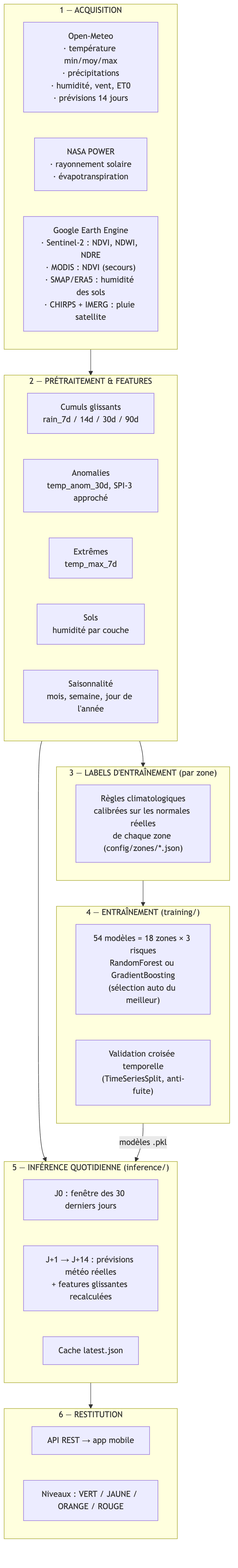
This is docs/images/diagramme_flux_donnees_ml.png from jeremygeorgesdurand-dev/SAMCAM, a Mermaid export, as it was before one commit. Its source is kept beside it as docs/images/diagramme_flux_donnees_ml.mmd. The source it was exported from:
```mermaid
flowchart TB
    subgraph ACQ["1 — ACQUISITION"]
        direction LR
        A1["Open-Meteo<br/>· température min/moy/max<br/>· précipitations<br/>· humidité, vent, ET0<br/>· prévisions 14 jours"]
        A2["NASA POWER<br/>· rayonnement solaire<br/>· évapotranspiration"]
        A3["Google Earth Engine<br/>· Sentinel-2 : NDVI, NDWI, NDRE<br/>· MODIS : NDVI (secours)<br/>· SMAP/ERA5 : humidité des sols<br/>· CHIRPS + IMERG : pluie satellite"]
    end

    subgraph FEAT["2 — PRÉTRAITEMENT & FEATURES"]
        direction LR
        F1["Cumuls glissants<br/>rain_7d / 14d / 30d / 90d"]
        F2["Anomalies<br/>temp_anom_30d, SPI-3 approché"]
        F3["Extrêmes<br/>temp_max_7d"]
        F4["Sols<br/>humidité par couche"]
        F5["Saisonnalité<br/>mois, semaine, jour de l'année"]
    end

    subgraph LABELS["3 — LABELS D'ENTRAÎNEMENT (par zone)"]
        L1["Règles climatologiques<br/>calibrées sur les normales réelles<br/>de chaque zone (config/zones/*.json)"]
    end

    subgraph TRAIN["4 — ENTRAÎNEMENT (training/)"]
        T1["54 modèles = 18 zones × 3 risques<br/>RandomForest ou GradientBoosting<br/>(sélection auto du meilleur)"]
        T2["Validation croisée temporelle<br/>(TimeSeriesSplit, anti-fuite)"]
    end

    subgraph INF["5 — INFÉRENCE QUOTIDIENNE (inference/)"]
        I1["J0 : fenêtre des 30 derniers jours"]
        I2["J+1 → J+14 : prévisions météo réelles<br/>+ features glissantes recalculées"]
        I3["Cache latest.json"]
    end

    subgraph OUT["6 — RESTITUTION"]
        O1["API REST → app mobile"]
        O2["Niveaux : VERT / JAUNE / ORANGE / ROUGE"]
    end

    ACQ --> FEAT
    FEAT --> LABELS
    LABELS --> TRAIN
    FEAT --> INF
    TRAIN -->|"modèles .pkl"| INF
    INF --> OUT
```
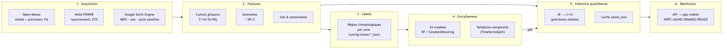
After the commit.

What changed in the source:
```diff
@@ -1,43 +1,38 @@
-flowchart TB
-    subgraph ACQ["1 — ACQUISITION"]
-        direction LR
-        A1["Open-Meteo<br/>· température min/moy/max<br/>· précipitations<br/>· humidité, vent, ET0<br/>· prévisions 14 jours"]
-        A2["NASA POWER<br/>· rayonnement solaire<br/>· évapotranspiration"]
-        A3["Google Earth Engine<br/>· Sentinel-2 : NDVI, NDWI, NDRE<br/>· MODIS : NDVI (secours)<br/>· SMAP/ERA5 : humidité des sols<br/>· CHIRPS + IMERG : pluie satellite"]
+flowchart LR
+    subgraph ACQ["1 · Acquisition"]
+        direction TB
+        A1["Open-Meteo<br/>météo + prévisions 14j"]
+        A2["NASA POWER<br/>rayonnement, ET0"]
+        A3["Google Earth Engine<br/>NDVI · sols · pluie satellite"]
     end
 
-    subgraph FEAT["2 — PRÉTRAITEMENT & FEATURES"]
-        direction LR
-        F1["Cumuls glissants<br/>rain_7d / 14d / 30d / 90d"]
-        F2["Anomalies<br/>temp_anom_30d, SPI-3 approché"]
-        F3["Extrêmes<br/>temp_max_7d"]
-        F4["Sols<br/>humidité par couche"]
-        F5["Saisonnalité<br/>mois, semaine, jour de l'année"]
+    subgraph FEAT["2 · Features"]
+        direction TB
+        F1["Cumuls glissants<br/>7/14/30/90j"]
+        F2["Anomalies<br/>+ SPI-3"]
+        F3["Sols & saisonnalité"]
     end
 
-    subgraph LABELS["3 — LABELS D'ENTRAÎNEMENT (par zone)"]
-        L1["Règles climatologiques<br/>calibrées sur les normales réelles<br/>de chaque zone (config/zones/*.json)"]
+    subgraph LABELS["3 · Labels"]
+        L1["Règles climatologiques<br/>par zone (config/zones/*.json)"]
     end
 
-    subgraph TRAIN["4 — ENTRAÎNEMENT (training/)"]
-        T1["54 modèles = 18 zones × 3 risques<br/>RandomForest ou GradientBoosting<br/>(sélection auto du meilleur)"]
-        T2["Validation croisée temporelle<br/>(TimeSeriesSplit, anti-fuite)"]
+    subgraph TRAIN["4 · Entraînement"]
+        direction TB
+        T1["54 modèles<br/>RF / GradientBoosting"]
+        T2["Validation temporelle<br/>(TimeSeriesSplit)"]
     end
 
-    subgraph INF["5 — INFÉRENCE QUOTIDIENNE (inference/)"]
-        I1["J0 : fenêtre des 30 derniers jours"]
-        I2["J+1 → J+14 : prévisions météo réelles<br/>+ features glissantes recalculées"]
-        I3["Cache latest.json"]
+    subgraph INF["5 · Inférence quotidienne"]
+        direction TB
+        I1["J0 → J+14<br/>(prévisions réelles)"]
+        I2["Cache latest.json"]
     end
 
-    subgraph OUT["6 — RESTITUTION"]
-        O1["API REST → app mobile"]
-        O2["Niveaux : VERT / JAUNE / ORANGE / ROUGE"]
+    subgraph OUT["6 · Restitution"]
+        O1["API → app mobile<br/>VERT/JAUNE/ORANGE/ROUGE"]
     end
 
-    ACQ --> FEAT
-    FEAT --> LABELS
-    LABELS --> TRAIN
+    ACQ --> FEAT --> LABELS --> TRAIN
     FEAT --> INF
-    TRAIN -->|"modèles .pkl"| INF
-    INF --> OUT
+    TRAIN -->|".pkl"| INF --> OUT
```
